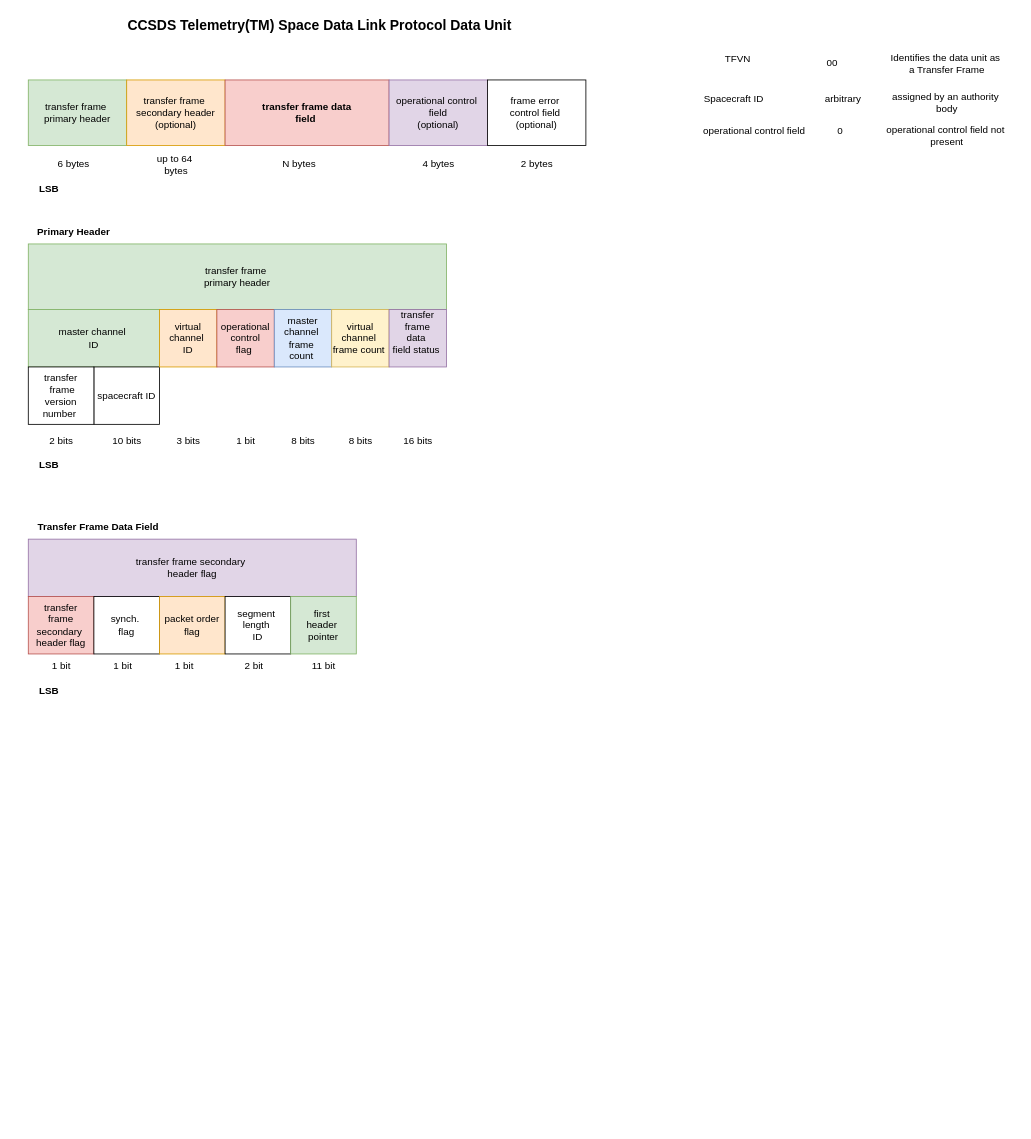
bytecod3/Project-Shadow-Flight keeps this draw.io diagram as user-docs/telemetry-Protocol-data-unit.drawio. Above is the earlier version. Source tidied: cells renumbered, new cells numbered last; positions are measured from the earlier drawing's top-left corner, leaving out a move shared by most shapes. Both pictures are drawn from the tidied source at 82%, with x=0, y=0 at pixel (28, 14).
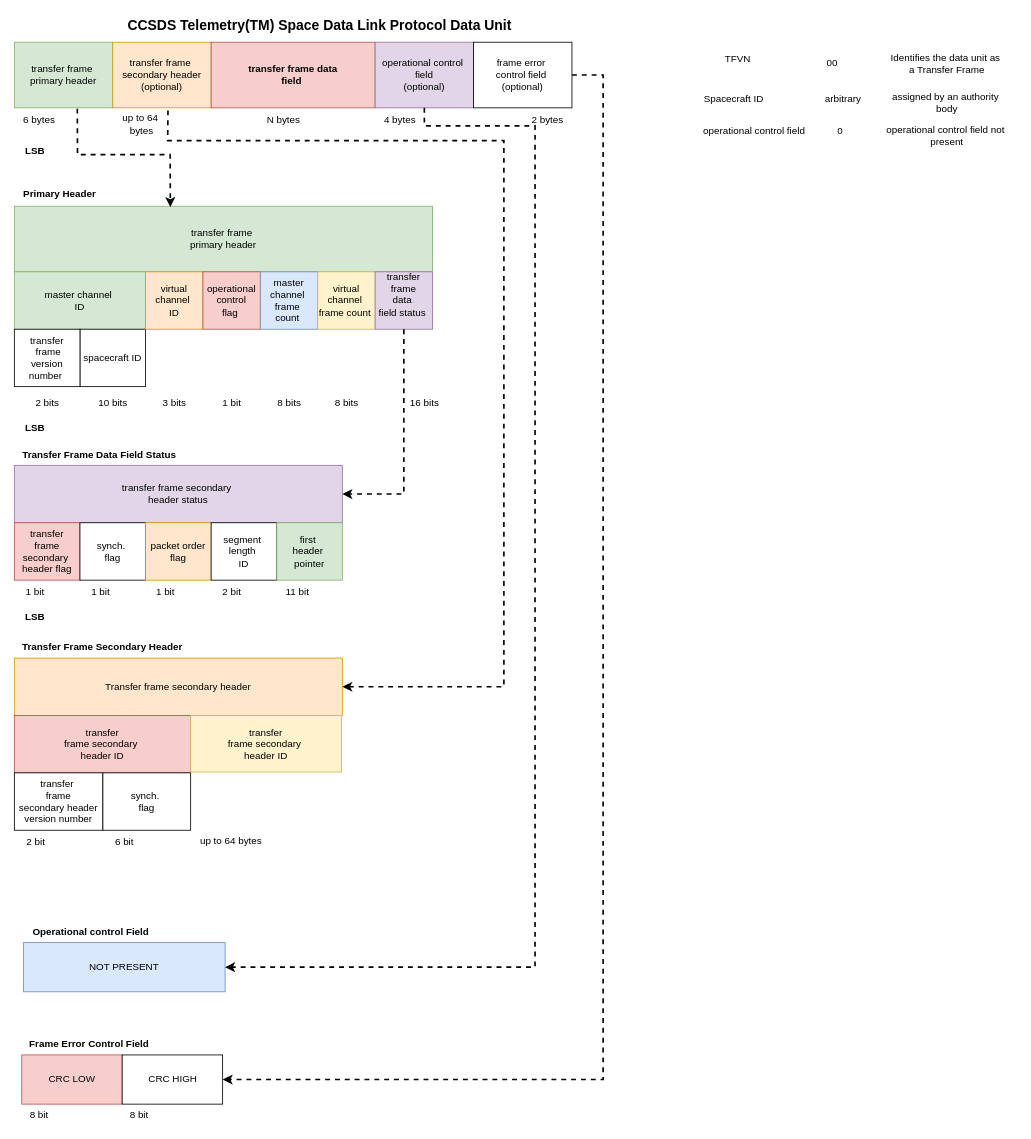
After the change.

Change to the diagram source:
```diff
@@
     <mxCell id="2" value="transfer frame&amp;nbsp;&lt;div&gt;primary header&lt;/div&gt;" style="whiteSpace=wrap;html=1;fillColor=#d5e8d4;strokeColor=#82b366;" parent="1" vertex="1">
-      <mxGeometry y="80" width="120" height="80" as="geometry" />
+      <mxGeometry x="-17" y="34" width="120" height="80" as="geometry" />
     </mxCell>
@@
     <mxCell id="4" value="transfer frame&amp;nbsp;&lt;div&gt;secondary header&lt;/div&gt;&lt;div&gt;(optional)&lt;/div&gt;" style="whiteSpace=wrap;html=1;fillColor=#ffe6cc;strokeColor=#d79b00;" parent="1" vertex="1">
-      <mxGeometry x="120" y="80" width="120" height="80" as="geometry" />
+      <mxGeometry x="103" y="34" width="120" height="80" as="geometry" />
     </mxCell>
     <mxCell id="5" value="&lt;b&gt;transfer frame data&lt;/b&gt;&lt;div&gt;&lt;b&gt;field&amp;nbsp;&lt;/b&gt;&lt;/div&gt;" style="whiteSpace=wrap;html=1;fillColor=#f8cecc;strokeColor=#b85450;" parent="1" vertex="1">
-      <mxGeometry x="240" y="80" width="200" height="80" as="geometry" />
+      <mxGeometry x="223" y="34" width="200" height="80" as="geometry" />
     </mxCell>
     <mxCell id="6" value="operational control&amp;nbsp;&lt;div&gt;field&lt;/div&gt;&lt;div&gt;(optional)&lt;/div&gt;" style="whiteSpace=wrap;html=1;fillColor=#e1d5e7;strokeColor=#9673a6;" parent="1" vertex="1">
-      <mxGeometry x="440" y="80" width="120" height="80" as="geometry" />
+      <mxGeometry x="423" y="34" width="120" height="80" as="geometry" />
     </mxCell>
+    <mxCell id="54" style="edgeStyle=orthogonalEdgeStyle;rounded=0;jettySize=auto;html=1;entryX=1;entryY=0.5;entryDx=0;entryDy=0;strokeWidth=2;dashed=1;" parent="1" edge="1" source="7" target="66">
+      <mxGeometry relative="1" as="geometry">
+        <Array as="points">
+          <mxPoint x="701" y="74" />
+          <mxPoint x="701" y="1299" />
+        </Array>
+      </mxGeometry>
+    </mxCell>
     <mxCell id="7" value="frame error&amp;nbsp;&lt;div&gt;control field&amp;nbsp;&lt;/div&gt;&lt;div&gt;(optional)&lt;/div&gt;" style="whiteSpace=wrap;html=1;" parent="1" vertex="1">
-      <mxGeometry x="560" y="80" width="120" height="80" as="geometry" />
+      <mxGeometry x="543" y="34" width="120" height="80" as="geometry" />
     </mxCell>
     <mxCell id="8" value="6 bytes" style="text;html=1;align=center;verticalAlign=middle;strokeColor=none;fillColor=none;" parent="1" vertex="1">
-      <mxGeometry x="25" y="168" width="60" height="30" as="geometry" />
+      <mxGeometry x="-17" y="114" width="60" height="30" as="geometry" />
     </mxCell>
     <mxCell id="9" value="N bytes" style="text;html=1;align=center;verticalAlign=middle;strokeColor=none;fillColor=none;" parent="1" vertex="1">
-      <mxGeometry x="300" y="168" width="60" height="30" as="geometry" />
+      <mxGeometry x="281" y="114" width="60" height="30" as="geometry" />
     </mxCell>
     <mxCell id="10" value="up to 64&amp;nbsp;&lt;div&gt;bytes&lt;/div&gt;" style="text;html=1;align=center;verticalAlign=middle;points=[];strokeColor=none;fillColor=none;" parent="1" vertex="1">
-      <mxGeometry x="145" y="163" width="70" height="40" as="geometry" />
+      <mxGeometry x="103" y="114" width="70" height="40" as="geometry" />
     </mxCell>
     <mxCell id="11" value="4 bytes" style="text;html=1;align=center;verticalAlign=middle;strokeColor=none;fillColor=none;" parent="1" vertex="1">
-      <mxGeometry x="470" y="168" width="60" height="30" as="geometry" />
+      <mxGeometry x="423" y="114" width="60" height="30" as="geometry" />
     </mxCell>
     <mxCell id="12" value="2 bytes" style="text;html=1;align=center;verticalAlign=middle;strokeColor=none;fillColor=none;" parent="1" vertex="1">
-      <mxGeometry x="590" y="168" width="60" height="30" as="geometry" />
+      <mxGeometry x="603" y="114" width="60" height="30" as="geometry" />
     </mxCell>
     <mxCell id="13" value="transfer frame&amp;nbsp;&lt;div&gt;primary header&lt;/div&gt;" style="whiteSpace=wrap;html=1;fillColor=#d5e8d4;strokeColor=#82b366;" parent="1" vertex="1">
-      <mxGeometry y="280" width="510" height="80" as="geometry" />
+      <mxGeometry x="-17" y="234" width="510" height="80" as="geometry" />
     </mxCell>
     <mxCell id="14" value="master channel&amp;nbsp;&lt;div&gt;ID&lt;/div&gt;" style="whiteSpace=wrap;html=1;fillColor=#d5e8d4;strokeColor=#82b366;" parent="1" vertex="1">
-      <mxGeometry y="360" width="160" height="70" as="geometry" />
+      <mxGeometry x="-17" y="314" width="160" height="70" as="geometry" />
     </mxCell>
     <mxCell id="15" value="10 bits" style="text;html=1;align=center;verticalAlign=middle;strokeColor=none;fillColor=none;" parent="1" vertex="1">
-      <mxGeometry x="90" y="505" width="60" height="30" as="geometry" />
+      <mxGeometry x="73" y="459" width="60" height="30" as="geometry" />
     </mxCell>
     <mxCell id="16" value="spacecraft ID" style="whiteSpace=wrap;html=1;" parent="1" vertex="1">
-      <mxGeometry x="80" y="430" width="80" height="70" as="geometry" />
+      <mxGeometry x="63" y="384" width="80" height="70" as="geometry" />
     </mxCell>
     <mxCell id="17" value="2 bits" style="text;html=1;align=center;verticalAlign=middle;strokeColor=none;fillColor=none;" parent="1" vertex="1">
-      <mxGeometry x="15" y="505" width="50" height="30" as="geometry" />
+      <mxGeometry x="-2" y="459" width="50" height="30" as="geometry" />
     </mxCell>
     <mxCell id="18" value="transfer&lt;div&gt;&amp;nbsp;frame&lt;div&gt;version number&amp;nbsp;&lt;/div&gt;&lt;/div&gt;" style="whiteSpace=wrap;html=1;" parent="1" vertex="1">
-      <mxGeometry y="430" width="80" height="70" as="geometry" />
+      <mxGeometry x="-17" y="384" width="80" height="70" as="geometry" />
     </mxCell>
     <mxCell id="19" value="virtual channel&amp;nbsp;&lt;div&gt;ID&lt;/div&gt;" style="whiteSpace=wrap;html=1;fillColor=#ffe6cc;strokeColor=#d79b00;" parent="1" vertex="1">
-      <mxGeometry x="160" y="360" width="70" height="70" as="geometry" />
+      <mxGeometry x="143" y="314" width="70" height="70" as="geometry" />
     </mxCell>
     <mxCell id="20" value="3 bits" style="text;html=1;align=center;verticalAlign=middle;strokeColor=none;fillColor=none;" parent="1" vertex="1">
-      <mxGeometry x="170" y="505" width="50" height="30" as="geometry" />
+      <mxGeometry x="153" y="459" width="50" height="30" as="geometry" />
     </mxCell>
     <mxCell id="21" value="operational&lt;div&gt;control&lt;/div&gt;&lt;div&gt;flag&amp;nbsp;&lt;/div&gt;" style="whiteSpace=wrap;html=1;fillColor=#f8cecc;strokeColor=#b85450;" parent="1" vertex="1">
-      <mxGeometry x="230" y="360" width="70" height="70" as="geometry" />
+      <mxGeometry x="213" y="314" width="70" height="70" as="geometry" />
     </mxCell>
     <mxCell id="22" value="1 bit" style="text;html=1;align=center;verticalAlign=middle;strokeColor=none;fillColor=none;" parent="1" vertex="1">
-      <mxGeometry x="240" y="505" width="50" height="30" as="geometry" />
+      <mxGeometry x="223" y="459" width="50" height="30" as="geometry" />
     </mxCell>
     <mxCell id="23" value="master channel&amp;nbsp;&lt;div&gt;frame&amp;nbsp;&lt;/div&gt;&lt;div&gt;count&amp;nbsp;&lt;/div&gt;" style="whiteSpace=wrap;html=1;fillColor=#dae8fc;strokeColor=#6c8ebf;" parent="1" vertex="1">
-      <mxGeometry x="300" y="360" width="70" height="70" as="geometry" />
+      <mxGeometry x="283" y="314" width="70" height="70" as="geometry" />
     </mxCell>
     <mxCell id="24" value="8 bits" style="text;html=1;align=center;verticalAlign=middle;strokeColor=none;fillColor=none;" parent="1" vertex="1">
-      <mxGeometry x="310" y="505" width="50" height="30" as="geometry" />
+      <mxGeometry x="293" y="459" width="50" height="30" as="geometry" />
     </mxCell>
     <mxCell id="25" value="virtual channel&amp;nbsp;&lt;div&gt;frame count&amp;nbsp;&lt;/div&gt;" style="whiteSpace=wrap;html=1;fillColor=#fff2cc;strokeColor=#d6b656;" parent="1" vertex="1">
-      <mxGeometry x="370" y="360" width="70" height="70" as="geometry" />
+      <mxGeometry x="353" y="314" width="70" height="70" as="geometry" />
     </mxCell>
     <mxCell id="26" value="8 bits" style="text;html=1;align=center;verticalAlign=middle;strokeColor=none;fillColor=none;" parent="1" vertex="1">
-      <mxGeometry x="380" y="505" width="50" height="30" as="geometry" />
+      <mxGeometry x="363" y="459" width="50" height="30" as="geometry" />
     </mxCell>
     <mxCell id="27" value="transfer frame&lt;div&gt;data&amp;nbsp;&lt;/div&gt;&lt;div&gt;field status&amp;nbsp;&lt;/div&gt;&lt;div&gt;&lt;br&gt;&lt;/div&gt;" style="whiteSpace=wrap;html=1;fillColor=#e1d5e7;strokeColor=#9673a6;" parent="1" vertex="1">
-      <mxGeometry x="440" y="360" width="70" height="70" as="geometry" />
+      <mxGeometry x="423" y="314" width="70" height="70" as="geometry" />
     </mxCell>
     <mxCell id="28" value="16 bits" style="text;html=1;align=center;verticalAlign=middle;strokeColor=none;fillColor=none;" parent="1" vertex="1">
-      <mxGeometry x="445" y="505" width="60" height="30" as="geometry" />
+      <mxGeometry x="453" y="459" width="60" height="30" as="geometry" />
     </mxCell>
     <mxCell id="29" value="&lt;b&gt;&lt;font face=&quot;Helvetica&quot;&gt;Primary Header&lt;/font&gt;&lt;/b&gt;" style="text;html=1;align=center;verticalAlign=middle;strokeColor=none;fillColor=none;fontSize=12;" parent="1" vertex="1">
-      <mxGeometry y="250" width="110" height="30" as="geometry" />
+      <mxGeometry x="-17" y="204" width="110" height="30" as="geometry" />
     </mxCell>
@@
     <mxCell id="33" value="&lt;b&gt;LSB&lt;/b&gt;" style="text;html=1;align=center;verticalAlign=middle;strokeColor=none;fillColor=none;fontStyle=0;" parent="1" vertex="1">
-      <mxGeometry y="535" width="50" height="30" as="geometry" />
+      <mxGeometry x="-17" y="489" width="50" height="30" as="geometry" />
     </mxCell>
@@
-    <mxCell id="40" value="transfer frame secondary&amp;nbsp;&lt;div&gt;header flag&lt;/div&gt;" style="whiteSpace=wrap;html=1;fillColor=#e1d5e7;strokeColor=#9673a6;" parent="1" vertex="1">
-      <mxGeometry y="640" width="400" height="70" as="geometry" />
+    <mxCell id="40" value="transfer frame secondary&amp;nbsp;&lt;div&gt;header status&lt;/div&gt;" style="whiteSpace=wrap;html=1;fillColor=#e1d5e7;strokeColor=#9673a6;" parent="1" vertex="1">
+      <mxGeometry x="-17" y="550" width="400" height="70" as="geometry" />
     </mxCell>
-    <mxCell id="41" value="&lt;b&gt;Transfer Frame Data Field&lt;/b&gt;" style="text;html=1;align=center;verticalAlign=middle;strokeColor=none;fillColor=none;fontSize=12;" parent="1" vertex="1">
-      <mxGeometry y="610" width="170" height="30" as="geometry" />
+    <mxCell id="41" value="&lt;b&gt;Transfer Frame Data Field Status&amp;nbsp;&lt;/b&gt;" style="text;html=1;align=center;verticalAlign=middle;strokeColor=none;fillColor=none;fontSize=12;" parent="1" vertex="1">
+      <mxGeometry x="-17" y="524" width="209" height="26" as="geometry" />
     </mxCell>
     <mxCell id="42" value="transfer&lt;div&gt;frame secondary&amp;nbsp;&lt;/div&gt;&lt;div&gt;header flag&lt;/div&gt;" style="whiteSpace=wrap;html=1;fillColor=#f8cecc;strokeColor=#b85450;" parent="1" vertex="1">
-      <mxGeometry y="710" width="80" height="70" as="geometry" />
+      <mxGeometry x="-17" y="620" width="80" height="70" as="geometry" />
     </mxCell>
     <mxCell id="43" value="synch.&amp;nbsp;&lt;div&gt;flag&lt;/div&gt;" style="whiteSpace=wrap;html=1;" parent="1" vertex="1">
-      <mxGeometry x="80" y="710" width="80" height="70" as="geometry" />
+      <mxGeometry x="63" y="620" width="80" height="70" as="geometry" />
     </mxCell>
     <mxCell id="44" value="packet order&lt;div&gt;flag&lt;/div&gt;" style="whiteSpace=wrap;html=1;fillColor=#ffe6cc;strokeColor=#d79b00;" parent="1" vertex="1">
-      <mxGeometry x="160" y="710" width="80" height="70" as="geometry" />
+      <mxGeometry x="143" y="620" width="80" height="70" as="geometry" />
     </mxCell>
     <mxCell id="45" value="segment&amp;nbsp;&lt;div&gt;length&amp;nbsp;&lt;/div&gt;&lt;div&gt;ID&lt;/div&gt;" style="whiteSpace=wrap;html=1;" parent="1" vertex="1">
-      <mxGeometry x="240" y="710" width="80" height="70" as="geometry" />
+      <mxGeometry x="223" y="620" width="80" height="70" as="geometry" />
     </mxCell>
     <mxCell id="46" value="first&amp;nbsp;&lt;div&gt;header&amp;nbsp;&lt;/div&gt;&lt;div&gt;pointer&lt;/div&gt;" style="whiteSpace=wrap;html=1;fillColor=#d5e8d4;strokeColor=#82b366;" parent="1" vertex="1">
-      <mxGeometry x="320" y="710" width="80" height="70" as="geometry" />
+      <mxGeometry x="303" y="620" width="80" height="70" as="geometry" />
     </mxCell>
     <mxCell id="47" value="1 bit" style="text;html=1;align=center;verticalAlign=middle;strokeColor=none;fillColor=none;" parent="1" vertex="1">
-      <mxGeometry x="15" y="780" width="50" height="30" as="geometry" />
+      <mxGeometry x="-17" y="690" width="50" height="30" as="geometry" />
     </mxCell>
     <mxCell id="48" value="1 bit" style="text;html=1;align=center;verticalAlign=middle;strokeColor=none;fillColor=none;" parent="1" vertex="1">
-      <mxGeometry x="90" y="780" width="50" height="30" as="geometry" />
+      <mxGeometry x="62.5" y="690" width="50" height="30" as="geometry" />
     </mxCell>
     <mxCell id="49" value="1 bit" style="text;html=1;align=center;verticalAlign=middle;strokeColor=none;fillColor=none;" parent="1" vertex="1">
-      <mxGeometry x="165" y="780" width="50" height="30" as="geometry" />
+      <mxGeometry x="142" y="690" width="50" height="30" as="geometry" />
     </mxCell>
     <mxCell id="50" value="2 bit" style="text;html=1;align=center;verticalAlign=middle;strokeColor=none;fillColor=none;" parent="1" vertex="1">
-      <mxGeometry x="250" y="780" width="50" height="30" as="geometry" />
+      <mxGeometry x="223" y="690" width="50" height="30" as="geometry" />
     </mxCell>
     <mxCell id="51" value="11 bit" style="text;html=1;align=center;verticalAlign=middle;strokeColor=none;fillColor=none;" parent="1" vertex="1">
-      <mxGeometry x="335" y="780" width="50" height="30" as="geometry" />
+      <mxGeometry x="303" y="690" width="50" height="30" as="geometry" />
     </mxCell>
     <mxCell id="52" value="&lt;b&gt;LSB&lt;/b&gt;" style="text;html=1;align=center;verticalAlign=middle;strokeColor=none;fillColor=none;fontStyle=0;" parent="1" vertex="1">
-      <mxGeometry y="810" width="50" height="30" as="geometry" />
+      <mxGeometry x="-17" y="720" width="50" height="30" as="geometry" />
     </mxCell>
     <mxCell id="53" value="&lt;b&gt;LSB&lt;/b&gt;" style="text;html=1;align=center;verticalAlign=middle;strokeColor=none;fillColor=none;fontStyle=0;" parent="1" vertex="1">
-      <mxGeometry y="198" width="50" height="30" as="geometry" />
+      <mxGeometry x="-17" y="152" width="50" height="30" as="geometry" />
     </mxCell>
+    <mxCell id="55" value="&lt;b&gt;Transfer Frame Secondary Header&lt;/b&gt;" style="text;html=1;align=center;verticalAlign=middle;strokeColor=none;fillColor=none;fontSize=12;" parent="1" vertex="1">
+      <mxGeometry x="-17" y="759" width="213" height="26" as="geometry" />
+    </mxCell>
+    <mxCell id="56" value="Transfer frame secondary header" style="whiteSpace=wrap;html=1;fillColor=#ffe6cc;strokeColor=#d79b00;" parent="1" vertex="1">
+      <mxGeometry x="-17" y="785" width="400" height="70" as="geometry" />
+    </mxCell>
+    <mxCell id="57" value="transfer&lt;div&gt;frame secondary&amp;nbsp;&lt;/div&gt;&lt;div&gt;header ID&lt;/div&gt;" style="whiteSpace=wrap;html=1;fillColor=#f8cecc;strokeColor=#b85450;" parent="1" vertex="1">
+      <mxGeometry x="-17" y="855" width="215" height="70" as="geometry" />
+    </mxCell>
+    <mxCell id="58" value="transfer&amp;nbsp;&lt;div&gt;frame&lt;/div&gt;&lt;div&gt;secondary header version number&lt;/div&gt;" style="whiteSpace=wrap;html=1;" parent="1" vertex="1">
+      <mxGeometry x="-17" y="925" width="108" height="70" as="geometry" />
+    </mxCell>
+    <mxCell id="59" value="synch.&amp;nbsp;&lt;div&gt;flag&lt;/div&gt;" style="whiteSpace=wrap;html=1;" parent="1" vertex="1">
+      <mxGeometry x="91" y="925" width="107" height="70" as="geometry" />
+    </mxCell>
+    <mxCell id="60" value="2 bit" style="text;html=1;align=center;verticalAlign=middle;strokeColor=none;fillColor=none;" parent="1" vertex="1">
+      <mxGeometry x="-12" y="997" width="41" height="26" as="geometry" />
+    </mxCell>
+    <mxCell id="61" value="6 bit" style="text;html=1;align=center;verticalAlign=middle;strokeColor=none;fillColor=none;" parent="1" vertex="1">
+      <mxGeometry x="96" y="997" width="41" height="26" as="geometry" />
+    </mxCell>
+    <mxCell id="62" value="transfer&lt;div&gt;frame secondary&amp;nbsp;&lt;/div&gt;&lt;div&gt;header ID&lt;/div&gt;" style="whiteSpace=wrap;html=1;fillColor=#fff2cc;strokeColor=#d6b656;" parent="1" vertex="1">
+      <mxGeometry x="198" y="855" width="184" height="69" as="geometry" />
+    </mxCell>
+    <mxCell id="63" value="up to 64 bytes" style="text;html=1;align=center;verticalAlign=middle;strokeColor=none;fillColor=none;" parent="1" vertex="1">
+      <mxGeometry x="200" y="995" width="93" height="26" as="geometry" />
+    </mxCell>
+    <mxCell id="64" value="CRC LOW" style="whiteSpace=wrap;html=1;fillColor=#f8cecc;strokeColor=#b85450;" parent="1" vertex="1">
+      <mxGeometry x="-8" y="1269" width="122.5" height="60" as="geometry" />
+    </mxCell>
+    <mxCell id="65" value="&lt;b&gt;Frame Error Control Field&lt;/b&gt;" style="text;html=1;align=center;verticalAlign=middle;strokeColor=none;fillColor=none;fontSize=12;" parent="1" vertex="1">
+      <mxGeometry x="-8" y="1243" width="164" height="26" as="geometry" />
+    </mxCell>
+    <mxCell id="66" value="CRC HIGH" style="whiteSpace=wrap;html=1;" parent="1" vertex="1">
+      <mxGeometry x="114.5" y="1269" width="122.5" height="60" as="geometry" />
+    </mxCell>
+    <mxCell id="67" value="8 bit" style="text;html=1;align=center;verticalAlign=middle;strokeColor=none;fillColor=none;" parent="1" vertex="1">
+      <mxGeometry x="-8" y="1329" width="41" height="26" as="geometry" />
+    </mxCell>
+    <mxCell id="68" value="8 bit" style="text;html=1;align=center;verticalAlign=middle;strokeColor=none;fillColor=none;" parent="1" vertex="1">
+      <mxGeometry x="114" y="1329" width="41" height="26" as="geometry" />
+    </mxCell>
+    <mxCell id="69" value="NOT PRESENT" style="whiteSpace=wrap;html=1;fillColor=#dae8fc;strokeColor=#6c8ebf;" parent="1" vertex="1">
+      <mxGeometry x="-6" y="1132" width="246" height="60" as="geometry" />
+    </mxCell>
+    <mxCell id="70" value="&lt;b&gt;Operational control Field&lt;/b&gt;" style="text;html=1;align=center;verticalAlign=middle;strokeColor=none;fillColor=none;fontSize=12;" parent="1" vertex="1">
+      <mxGeometry x="-4" y="1106" width="160" height="26" as="geometry" />
+    </mxCell>
+    <mxCell id="71" style="edgeStyle=none;jettySize=auto;html=1;rounded=0;exitX=0.64;exitY=1.013;exitDx=0;exitDy=0;exitPerimeter=0;entryX=0.373;entryY=0.013;entryDx=0;entryDy=0;entryPerimeter=0;dashed=1;strokeWidth=2;" parent="1" edge="1" source="2" target="13">
+      <mxGeometry relative="1" as="geometry">
+        <Array as="points">
+          <mxPoint x="60" y="171" />
+          <mxPoint x="173" y="171" />
+        </Array>
+      </mxGeometry>
+    </mxCell>
+    <mxCell id="72" style="edgeStyle=none;jettySize=auto;html=1;rounded=0;exitX=0.5;exitY=1;exitDx=0;exitDy=0;entryX=1;entryY=0.5;entryDx=0;entryDy=0;dashed=1;strokeWidth=2;" parent="1" edge="1" source="27" target="40">
+      <mxGeometry relative="1" as="geometry">
+        <Array as="points">
+          <mxPoint x="458" y="585" />
+        </Array>
+      </mxGeometry>
+    </mxCell>
+    <mxCell id="73" style="edgeStyle=none;jettySize=auto;html=1;rounded=0;exitX=0.962;exitY=0.078;exitDx=0;exitDy=0;exitPerimeter=0;entryX=1;entryY=0.5;entryDx=0;entryDy=0;dashed=1;strokeWidth=2;" parent="1" edge="1" source="10" target="56">
+      <mxGeometry relative="1" as="geometry">
+        <Array as="points">
+          <mxPoint x="170" y="154" />
+          <mxPoint x="580" y="154" />
+          <mxPoint x="580" y="820" />
+        </Array>
+      </mxGeometry>
+    </mxCell>
+    <mxCell id="74" style="edgeStyle=none;jettySize=auto;html=1;rounded=0;exitX=0.5;exitY=1;exitDx=0;exitDy=0;entryX=1;entryY=0.5;entryDx=0;entryDy=0;dashed=1;strokeWidth=2;" parent="1" edge="1" source="6" target="69">
+      <mxGeometry relative="1" as="geometry">
+        <Array as="points">
+          <mxPoint x="483" y="136" />
+          <mxPoint x="618" y="136" />
+          <mxPoint x="618" y="1162" />
+        </Array>
+      </mxGeometry>
+    </mxCell>
```
